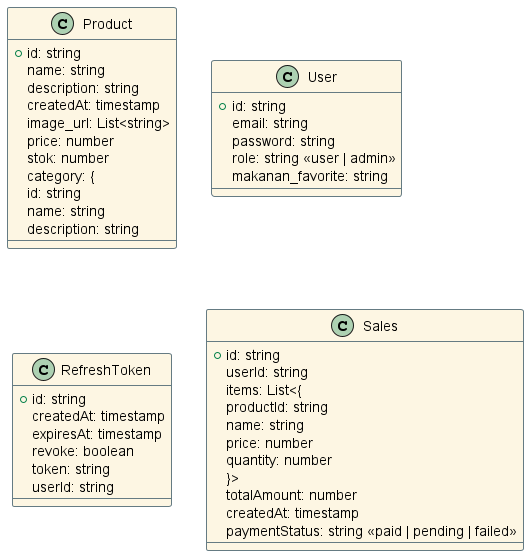
This is out/diagram/database/market_cloths.png from ren-zi-fa/market-cloths, a PlantUML export, as it was before one commit.
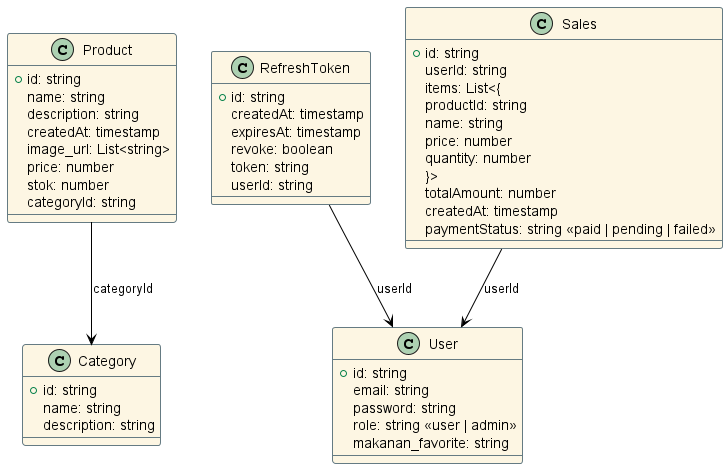
Later version of the same file.

Commit message:
refactor: update database diagram to reflect category structure and relationships

What changed in the source:
```diff
@@ -5,6 +5,12 @@
   BorderColor #657B83
   BorderThickness 1
   ArrowColor Black
+}
+
+class Category {
+  + id: string
+  name: string
+  description: string
 }
 
 class Product {
@@ -15,12 +21,8 @@
   image_url: List<string>
   price: number
   stok: number
-  category: {
-    id: string
-    name: string
-    description: string
-  }
-
+  categoryId: string
+}
 
 class User {
   + id: string
@@ -53,4 +55,8 @@
   paymentStatus: string <<paid | pending | failed>>
 }
 
+Product --> Category : categoryId
+Sales --> User : userId
+RefreshToken --> User : userId
+
 @enduml
```
